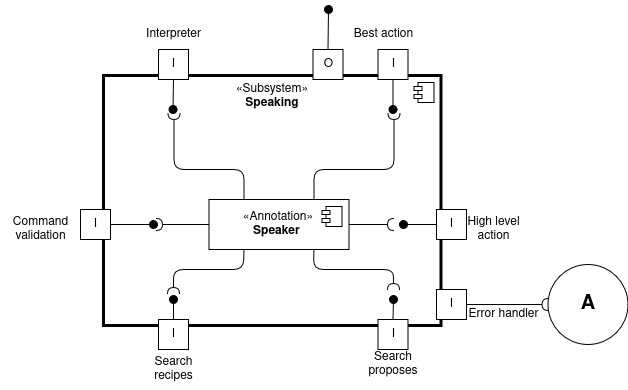
This is docs/source/_static/speaker.png from AlessandroMangili/Assignment_Cogar_group_I, a draw.io export, as it was before one commit. Source tidied: cells renumbered, new cells last; positions are measured from the earlier drawing's top-left corner, leaving out a move shared by most shapes.
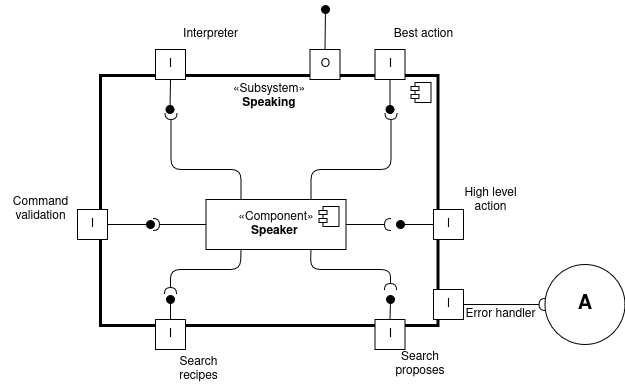
Later version of the same file.

The edit, as a diff of the source:
```diff
@@ -10,7 +10,7 @@
         <mxPoint x="-27" y="7" as="offset" />
       </mxGeometry>
     </mxCell>
-    <mxCell id="4" value="«Annotation»&lt;br&gt;&lt;b&gt;Speaker&amp;nbsp;&lt;/b&gt;" style="html=1;whiteSpace=wrap;" parent="1" vertex="1">
+    <mxCell id="4" value="«Component»&lt;br&gt;&lt;b&gt;Speaker&amp;nbsp;&lt;/b&gt;" style="html=1;whiteSpace=wrap;" parent="1" vertex="1">
       <mxGeometry x="208.5" y="190" width="140" height="50" as="geometry" />
     </mxCell>
     <mxCell id="5" style="shape=module;jettyWidth=8;jettyHeight=4;" parent="4" vertex="1">
@@ -120,19 +120,19 @@
       <mxGeometry x="457.5" y="290" width="90" height="30" as="geometry" />
     </mxCell>
     <mxCell id="27" value="&lt;div&gt;Command&lt;/div&gt;&lt;div&gt;validation&lt;/div&gt;" style="text;html=1;align=center;verticalAlign=middle;strokeColor=none;fillColor=none;" parent="1" vertex="1">
-      <mxGeometry y="200" width="80" height="40" as="geometry" />
+      <mxGeometry x="3" y="180" width="80" height="40" as="geometry" />
     </mxCell>
     <mxCell id="28" value="Search proposes" style="text;strokeColor=none;align=center;fillColor=none;html=1;verticalAlign=middle;whiteSpace=wrap;rounded=0;" parent="1" vertex="1">
-      <mxGeometry x="363" y="340" width="60" height="30" as="geometry" />
+      <mxGeometry x="393" y="340" width="60" height="30" as="geometry" />
     </mxCell>
     <mxCell id="29" value="&lt;div&gt;Search&lt;/div&gt;&lt;div&gt;recipes&lt;/div&gt;" style="text;html=1;align=center;verticalAlign=middle;strokeColor=none;fillColor=none;" parent="1" vertex="1">
-      <mxGeometry x="142.5" y="340" width="60" height="40" as="geometry" />
+      <mxGeometry x="170.5" y="340" width="60" height="40" as="geometry" />
     </mxCell>
     <mxCell id="30" value="Interpreter" style="text;html=1;align=center;verticalAlign=middle;strokeColor=none;fillColor=none;" parent="1" vertex="1">
-      <mxGeometry x="133.5" y="10" width="80" height="30" as="geometry" />
+      <mxGeometry x="173" y="10" width="80" height="30" as="geometry" />
     </mxCell>
     <mxCell id="31" value="Best action" style="text;html=1;align=center;verticalAlign=middle;strokeColor=none;fillColor=none;" parent="1" vertex="1">
-      <mxGeometry x="342.5" y="10" width="80" height="30" as="geometry" />
+      <mxGeometry x="386" y="10" width="80" height="30" as="geometry" />
     </mxCell>
     <mxCell id="32" value="I" style="html=1;rounded=0;direction=west;flipV=1;flipH=0;" parent="1" vertex="1">
       <mxGeometry x="436" y="280" width="30" height="30" as="geometry" />
@@ -148,7 +148,7 @@
       </mxGeometry>
     </mxCell>
     <mxCell id="35" value="&lt;div&gt;High level&lt;/div&gt;&lt;div&gt;action&lt;/div&gt;" style="text;html=1;align=center;verticalAlign=middle;strokeColor=none;fillColor=none;" parent="1" vertex="1">
-      <mxGeometry x="453" y="200" width="80" height="40" as="geometry" />
+      <mxGeometry x="453" y="171" width="80" height="40" as="geometry" />
     </mxCell>
   </root>
 </mxGraphModel>
```
